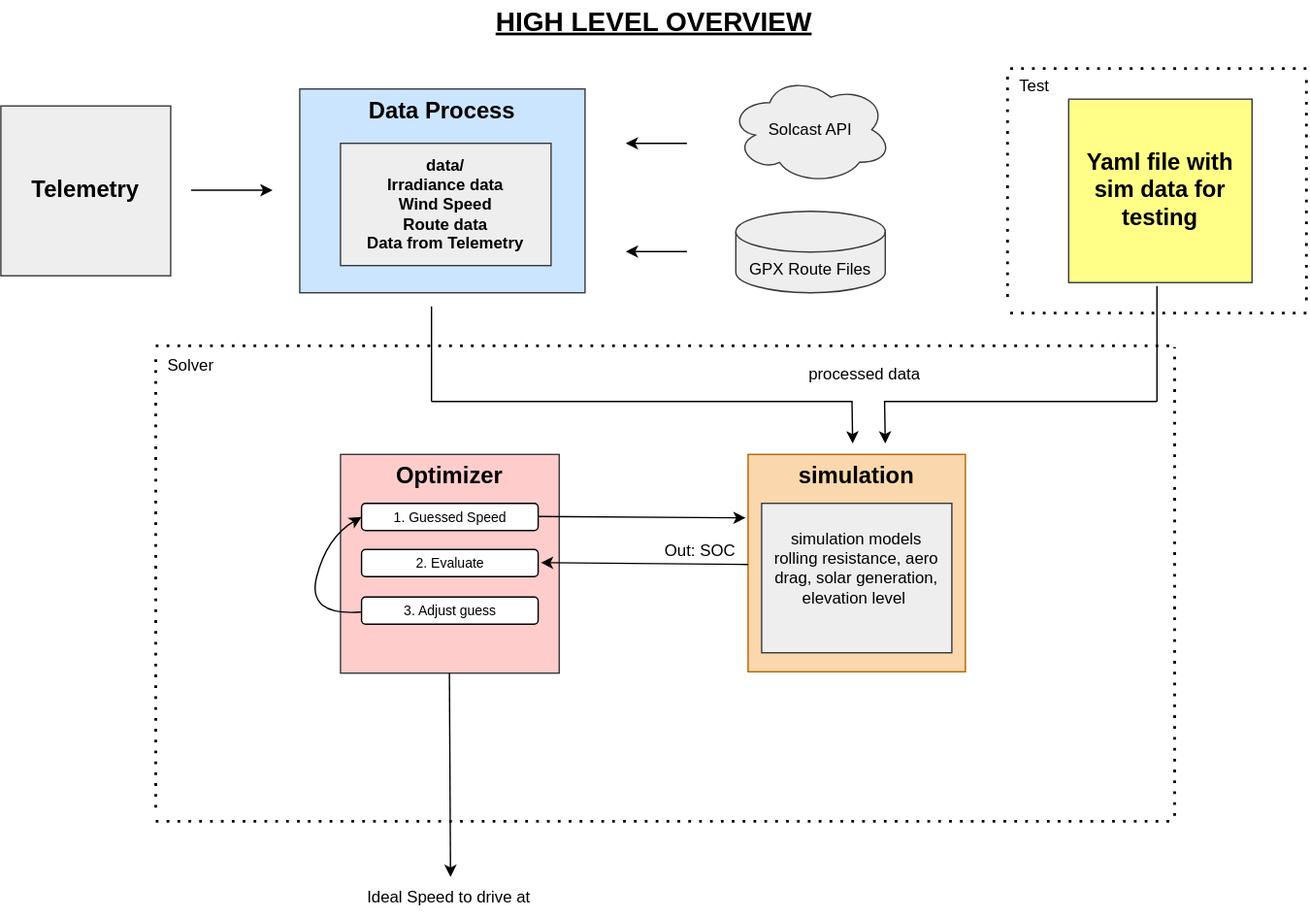
Above: docs/architecture.svg in uw-midsun/fwxvi_strategy (draw.io), before the change. Source tidied: cells renumbered, new cells last; positions are measured from the earlier drawing's top-left corner, leaving out a move shared by most shapes. The source it was exported from:
```xml
<mxGraphModel>
  <root>
    <mxCell id="0" />
    <mxCell id="1" parent="0" />
    <mxCell id="2" value="&lt;span&gt;&lt;b&gt;&lt;font style=&quot;font-size: 17px;&quot;&gt;simulation&lt;/font&gt;&lt;/b&gt;&lt;/span&gt;" style="whiteSpace=wrap;html=1;verticalAlign=top;fillColor=#fad7ac;strokeColor=#b46504;" parent="1" vertex="1">
      <mxGeometry x="550" y="334" width="160" height="160" as="geometry" />
    </mxCell>
    <mxCell id="3" value="simulation models&lt;div&gt;rolling resistance, aero drag, solar generation, elevation level&amp;nbsp;&lt;/div&gt;&lt;div&gt;&amp;nbsp;&lt;/div&gt;" style="rounded=0;whiteSpace=wrap;html=1;fillColor=#eeeeee;strokeColor=#36393d;" parent="1" vertex="1">
      <mxGeometry x="560" y="370" width="140" height="110" as="geometry" />
    </mxCell>
    <mxCell id="4" value="Out: SOC" style="text;html=1;align=center;verticalAlign=middle;whiteSpace=wrap;rounded=0;" parent="1" vertex="1">
      <mxGeometry x="470" y="390" width="90" height="30" as="geometry" />
    </mxCell>
    <mxCell id="5" value="Solcast API" style="ellipse;shape=cloud;whiteSpace=wrap;html=1;fillColor=#eeeeee;strokeColor=#36393d;" parent="1" vertex="1">
      <mxGeometry x="536" y="55" width="120" height="80" as="geometry" />
    </mxCell>
    <mxCell id="6" value="&lt;b&gt;&lt;font style=&quot;font-size: 17px;&quot;&gt;Data Process&lt;/font&gt;&lt;/b&gt;" style="rounded=0;whiteSpace=wrap;html=1;verticalAlign=top;fillColor=#cce5ff;strokeColor=#36393d;" parent="1" vertex="1">
      <mxGeometry x="220" y="65" width="210" height="150" as="geometry" />
    </mxCell>
    <mxCell id="7" value="&lt;div&gt;&lt;div style=&quot;scrollbar-color: rgb(75, 75, 75) rgb(27, 29, 30);&quot;&gt;&lt;b style=&quot;scrollbar-color: rgb(75, 75, 75) rgb(27, 29, 30);&quot;&gt;&lt;font&gt;data/&lt;/font&gt;&lt;/b&gt;&lt;/div&gt;&lt;div style=&quot;scrollbar-color: rgb(75, 75, 75) rgb(27, 29, 30);&quot;&gt;&lt;b style=&quot;scrollbar-color: rgb(75, 75, 75) rgb(27, 29, 30);&quot;&gt;&lt;font&gt;Irradiance data&lt;/font&gt;&lt;/b&gt;&lt;/div&gt;&lt;div style=&quot;scrollbar-color: rgb(75, 75, 75) rgb(27, 29, 30);&quot;&gt;&lt;b style=&quot;scrollbar-color: rgb(75, 75, 75) rgb(27, 29, 30);&quot;&gt;&lt;font&gt;Wind Speed&lt;/font&gt;&lt;/b&gt;&lt;/div&gt;&lt;b&gt;&lt;font&gt;Route data&lt;/font&gt;&lt;/b&gt;&lt;/div&gt;&lt;div&gt;&lt;b&gt;Data from Telemetry&lt;/b&gt;&lt;/div&gt;" style="rounded=0;whiteSpace=wrap;html=1;fillColor=#eeeeee;strokeColor=#36393d;align=center;" parent="1" vertex="1">
      <mxGeometry x="250" y="105" width="155" height="90" as="geometry" />
    </mxCell>
    <mxCell id="8" style="endArrow=none;dashed=1;html=1;dashPattern=1 3;strokeWidth=2;" parent="1" edge="1">
      <mxGeometry relative="1" as="geometry">
        <mxPoint x="114" y="594" as="sourcePoint" />
        <mxPoint x="114" y="264" as="targetPoint" />
      </mxGeometry>
    </mxCell>
    <mxCell id="9" style="endArrow=none;dashed=1;html=1;dashPattern=1 3;strokeWidth=2;" parent="1" edge="1">
      <mxGeometry relative="1" as="geometry">
        <mxPoint x="860" y="254" as="sourcePoint" />
        <mxPoint x="110" y="254" as="targetPoint" />
      </mxGeometry>
    </mxCell>
    <mxCell id="10" style="endArrow=none;dashed=1;html=1;dashPattern=1 3;strokeWidth=2;" parent="1" edge="1">
      <mxGeometry relative="1" as="geometry">
        <mxPoint x="864" y="600" as="sourcePoint" />
        <mxPoint x="864" y="255" as="targetPoint" />
      </mxGeometry>
    </mxCell>
    <mxCell id="11" style="endArrow=none;dashed=1;html=1;dashPattern=1 3;strokeWidth=2;" parent="1" edge="1">
      <mxGeometry relative="1" as="geometry">
        <mxPoint x="860" y="604" as="sourcePoint" />
        <mxPoint x="110" y="604" as="targetPoint" />
      </mxGeometry>
    </mxCell>
    <mxCell id="12" value="Solver" style="text;html=1;align=center;verticalAlign=middle;whiteSpace=wrap;rounded=0;" parent="1" vertex="1">
      <mxGeometry x="110" y="254" width="60" height="30" as="geometry" />
    </mxCell>
    <mxCell id="13" value="GPX Route Files" style="shape=cylinder3;whiteSpace=wrap;html=1;boundedLbl=1;backgroundOutline=1;size=15;fillColor=#eeeeee;strokeColor=#36393d;" parent="1" vertex="1">
      <mxGeometry x="541" y="155" width="110" height="60" as="geometry" />
    </mxCell>
    <mxCell id="14" style="endArrow=classic;html=1;" parent="1" edge="1">
      <mxGeometry relative="1" as="geometry">
        <mxPoint x="505" y="105" as="sourcePoint" />
        <mxPoint x="460" y="105" as="targetPoint" />
      </mxGeometry>
    </mxCell>
    <mxCell id="15" style="endArrow=classic;html=1;" parent="1" edge="1">
      <mxGeometry relative="1" as="geometry">
        <mxPoint x="505" y="184.6" as="sourcePoint" />
        <mxPoint x="460" y="184.6" as="targetPoint" />
      </mxGeometry>
    </mxCell>
    <mxCell id="16" value="&lt;b&gt;&lt;font style=&quot;font-size: 17px;&quot;&gt;Telemetry&lt;/font&gt;&lt;/b&gt;" style="whiteSpace=wrap;html=1;fillColor=#eeeeee;strokeColor=#36393d;" parent="1" vertex="1">
      <mxGeometry y="77.5" width="125" height="125" as="geometry" />
    </mxCell>
    <mxCell id="17" style="endArrow=classic;html=1;" parent="1" edge="1">
      <mxGeometry relative="1" as="geometry">
        <mxPoint x="140" y="139.6" as="sourcePoint" />
        <mxPoint x="200" y="139.6" as="targetPoint" />
      </mxGeometry>
    </mxCell>
    <mxCell id="18" value="&lt;b&gt;&lt;font style=&quot;font-size: 17px;&quot;&gt;Optimizer&lt;/font&gt;&lt;/b&gt;&lt;div&gt;&lt;br&gt;&lt;/div&gt;" style="whiteSpace=wrap;html=1;fillColor=#ffcccc;strokeColor=#36393d;verticalAlign=top;" parent="1" vertex="1">
      <mxGeometry x="250" y="334" width="161" height="161" as="geometry" />
    </mxCell>
    <mxCell id="19" value="&lt;font style=&quot;font-size: 10px;&quot;&gt;1. Guessed Speed&lt;/font&gt;" style="rounded=1;whiteSpace=wrap;html=1;" parent="1" vertex="1">
      <mxGeometry x="265.5" y="370" width="130" height="20" as="geometry" />
    </mxCell>
    <mxCell id="20" style="endArrow=classic;html=1;entryX=-0.011;entryY=0.292;entryDx=0;entryDy=0;entryPerimeter=0;" parent="1" edge="1" target="2">
      <mxGeometry relative="1" as="geometry">
        <mxPoint x="395.5" y="379.7" as="sourcePoint" />
      </mxGeometry>
    </mxCell>
    <mxCell id="21" style="endArrow=classic;html=1;" parent="1" edge="1">
      <mxGeometry relative="1" as="geometry">
        <mxPoint x="626.5" y="295" as="sourcePoint" />
        <mxPoint x="627" y="326" as="targetPoint" />
      </mxGeometry>
    </mxCell>
    <mxCell id="22" style="endArrow=none;html=1;" parent="1" edge="1">
      <mxGeometry relative="1" as="geometry">
        <mxPoint x="317" y="295" as="sourcePoint" />
        <mxPoint x="627" y="295" as="targetPoint" />
      </mxGeometry>
    </mxCell>
    <mxCell id="23" style="endArrow=none;html=1;" parent="1" edge="1">
      <mxGeometry relative="1" as="geometry">
        <mxPoint x="317" y="295" as="sourcePoint" />
        <mxPoint x="317" y="225" as="targetPoint" />
      </mxGeometry>
    </mxCell>
    <mxCell id="24" value="&lt;font style=&quot;font-size: 10px;&quot;&gt;2. Evaluate&lt;/font&gt;" style="rounded=1;whiteSpace=wrap;html=1;" parent="1" vertex="1">
      <mxGeometry x="265.5" y="404" width="130" height="20" as="geometry" />
    </mxCell>
    <mxCell id="25" style="endArrow=classic;html=1;entryX=-0.011;entryY=0.292;entryDx=0;entryDy=0;entryPerimeter=0;" parent="1" edge="1">
      <mxGeometry relative="1" as="geometry">
        <mxPoint x="550" y="415" as="sourcePoint" />
        <mxPoint x="397.5" y="413.7" as="targetPoint" />
      </mxGeometry>
    </mxCell>
    <mxCell id="26" value="&lt;span style=&quot;font-size: 10px;&quot;&gt;3. Adjust guess&lt;/span&gt;" style="rounded=1;whiteSpace=wrap;html=1;" parent="1" vertex="1">
      <mxGeometry x="265.5" y="439" width="130" height="20" as="geometry" />
    </mxCell>
    <mxCell id="27" style="curved=1;endArrow=classic;html=1;entryX=0;entryY=0.5;entryDx=0;entryDy=0;" parent="1" edge="1" target="19">
      <mxGeometry relative="1" as="geometry">
        <mxPoint x="265" y="450" as="sourcePoint" />
        <Array as="points">
          <mxPoint x="225" y="453" />
          <mxPoint x="240" y="395" />
        </Array>
      </mxGeometry>
    </mxCell>
    <mxCell id="28" style="endArrow=classic;html=1;" parent="1" edge="1">
      <mxGeometry relative="1" as="geometry">
        <mxPoint x="330.2" y="495" as="sourcePoint" />
        <mxPoint x="331" y="645" as="targetPoint" />
      </mxGeometry>
    </mxCell>
    <mxCell id="29" value="Ideal Speed to drive at" style="text;html=1;align=center;verticalAlign=middle;whiteSpace=wrap;rounded=0;" parent="1" vertex="1">
      <mxGeometry x="215.5" y="645" width="230" height="30" as="geometry" />
    </mxCell>
    <mxCell id="30" value="&lt;font style=&quot;font-size: 20px;&quot;&gt;&lt;b&gt;&lt;u&gt;HIGH LEVEL OVERVIEW&lt;/u&gt;&lt;/b&gt;&lt;/font&gt;" style="text;html=1;align=center;verticalAlign=middle;whiteSpace=wrap;rounded=0;" parent="1" vertex="1">
      <mxGeometry x="281" width="400" height="30" as="geometry" />
    </mxCell>
    <mxCell id="31" value="processed data" style="text;html=1;align=center;verticalAlign=middle;whiteSpace=wrap;rounded=0;" parent="1" vertex="1">
      <mxGeometry x="541" y="260" width="190" height="30" as="geometry" />
    </mxCell>
    <mxCell id="32" value="&lt;font style=&quot;font-size: 17px;&quot;&gt;&lt;b&gt;Yaml file with sim data for testing&lt;/b&gt;&lt;/font&gt;" style="whiteSpace=wrap;html=1;fillColor=#ffff88;strokeColor=#36393d;" parent="1" vertex="1">
      <mxGeometry x="786" y="72.5" width="135" height="135" as="geometry" />
    </mxCell>
    <mxCell id="33" style="endArrow=none;dashed=1;html=1;dashPattern=1 3;strokeWidth=2;" parent="1" edge="1">
      <mxGeometry relative="1" as="geometry">
        <mxPoint x="741" y="218" as="sourcePoint" />
        <mxPoint x="741" y="53" as="targetPoint" />
      </mxGeometry>
    </mxCell>
    <mxCell id="34" style="endArrow=none;dashed=1;html=1;dashPattern=1 3;strokeWidth=2;" parent="1" edge="1">
      <mxGeometry relative="1" as="geometry">
        <mxPoint x="961" y="220.5" as="sourcePoint" />
        <mxPoint x="961" y="55.5" as="targetPoint" />
      </mxGeometry>
    </mxCell>
    <mxCell id="35" style="endArrow=none;dashed=1;html=1;dashPattern=1 3;strokeWidth=2;" parent="1" edge="1">
      <mxGeometry relative="1" as="geometry">
        <mxPoint x="961" y="230" as="sourcePoint" />
        <mxPoint x="741" y="230" as="targetPoint" />
      </mxGeometry>
    </mxCell>
    <mxCell id="36" style="endArrow=none;dashed=1;html=1;dashPattern=1 3;strokeWidth=2;" parent="1" edge="1">
      <mxGeometry relative="1" as="geometry">
        <mxPoint x="961" y="50" as="sourcePoint" />
        <mxPoint x="741" y="50" as="targetPoint" />
      </mxGeometry>
    </mxCell>
    <mxCell id="37" value="Test" style="text;html=1;align=center;verticalAlign=middle;whiteSpace=wrap;rounded=0;" parent="1" vertex="1">
      <mxGeometry x="731" y="47.5" width="60" height="30" as="geometry" />
    </mxCell>
    <mxCell id="38" style="endArrow=none;html=1;" parent="1" edge="1">
      <mxGeometry relative="1" as="geometry">
        <mxPoint x="650" y="295" as="sourcePoint" />
        <mxPoint x="851" y="295" as="targetPoint" />
      </mxGeometry>
    </mxCell>
    <mxCell id="39" style="endArrow=none;html=1;" parent="1" edge="1">
      <mxGeometry relative="1" as="geometry">
        <mxPoint x="851" y="295" as="sourcePoint" />
        <mxPoint x="851" y="210" as="targetPoint" />
      </mxGeometry>
    </mxCell>
    <mxCell id="40" style="endArrow=classic;html=1;" parent="1" edge="1">
      <mxGeometry relative="1" as="geometry">
        <mxPoint x="650.5" y="295" as="sourcePoint" />
        <mxPoint x="651" y="326" as="targetPoint" />
      </mxGeometry>
    </mxCell>
  </root>
</mxGraphModel>
```
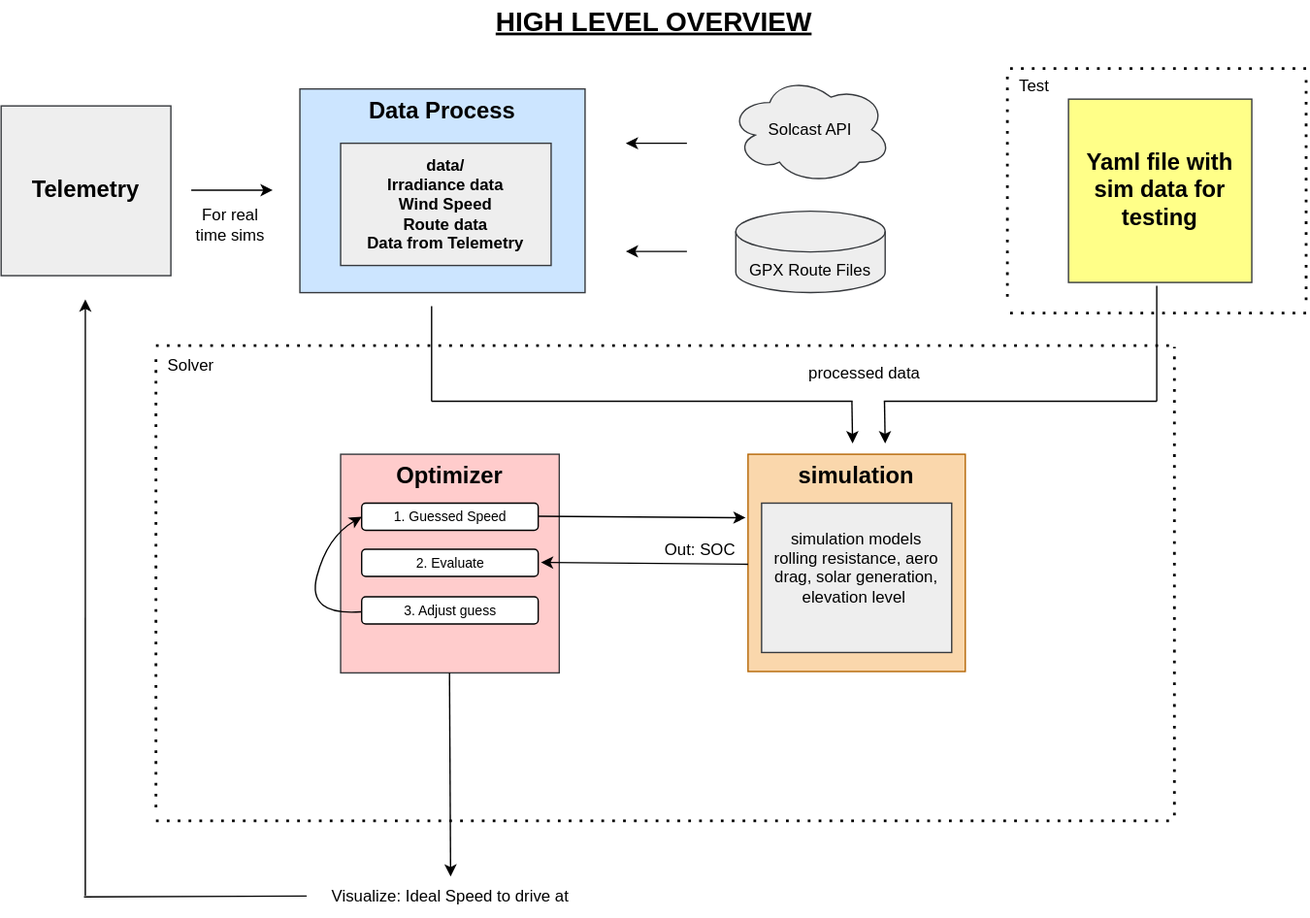
After the change.

What changed in the source:
```diff
@@ -127,7 +127,7 @@
         <mxPoint x="331" y="645" as="targetPoint" />
       </mxGeometry>
     </mxCell>
-    <mxCell id="29" value="Ideal Speed to drive at" style="text;html=1;align=center;verticalAlign=middle;whiteSpace=wrap;rounded=0;" parent="1" vertex="1">
+    <mxCell id="29" value="Visualize: Ideal Speed to drive at" style="text;html=1;align=center;verticalAlign=middle;whiteSpace=wrap;rounded=0;" parent="1" vertex="1">
       <mxGeometry x="215.5" y="645" width="230" height="30" as="geometry" />
     </mxCell>
     <mxCell id="30" value="&lt;font style=&quot;font-size: 20px;&quot;&gt;&lt;b&gt;&lt;u&gt;HIGH LEVEL OVERVIEW&lt;/u&gt;&lt;/b&gt;&lt;/font&gt;" style="text;html=1;align=center;verticalAlign=middle;whiteSpace=wrap;rounded=0;" parent="1" vertex="1">
@@ -184,5 +184,20 @@
         <mxPoint x="651" y="326" as="targetPoint" />
       </mxGeometry>
     </mxCell>
+    <mxCell id="41" value="For real time sims" style="text;html=1;align=center;verticalAlign=middle;whiteSpace=wrap;rounded=0;" parent="1" vertex="1">
+      <mxGeometry x="139" y="150" width="60" height="30" as="geometry" />
+    </mxCell>
+    <mxCell id="42" style="endArrow=none;html=1;" parent="1" edge="1">
+      <mxGeometry relative="1" as="geometry">
+        <mxPoint x="61" y="660" as="sourcePoint" />
+        <mxPoint x="225" y="659.3" as="targetPoint" />
+      </mxGeometry>
+    </mxCell>
+    <mxCell id="43" style="endArrow=classic;html=1;" parent="1" edge="1">
+      <mxGeometry relative="1" as="geometry">
+        <mxPoint x="62" y="659" as="sourcePoint" />
+        <mxPoint x="62" y="220" as="targetPoint" />
+      </mxGeometry>
+    </mxCell>
   </root>
 </mxGraphModel>
```
